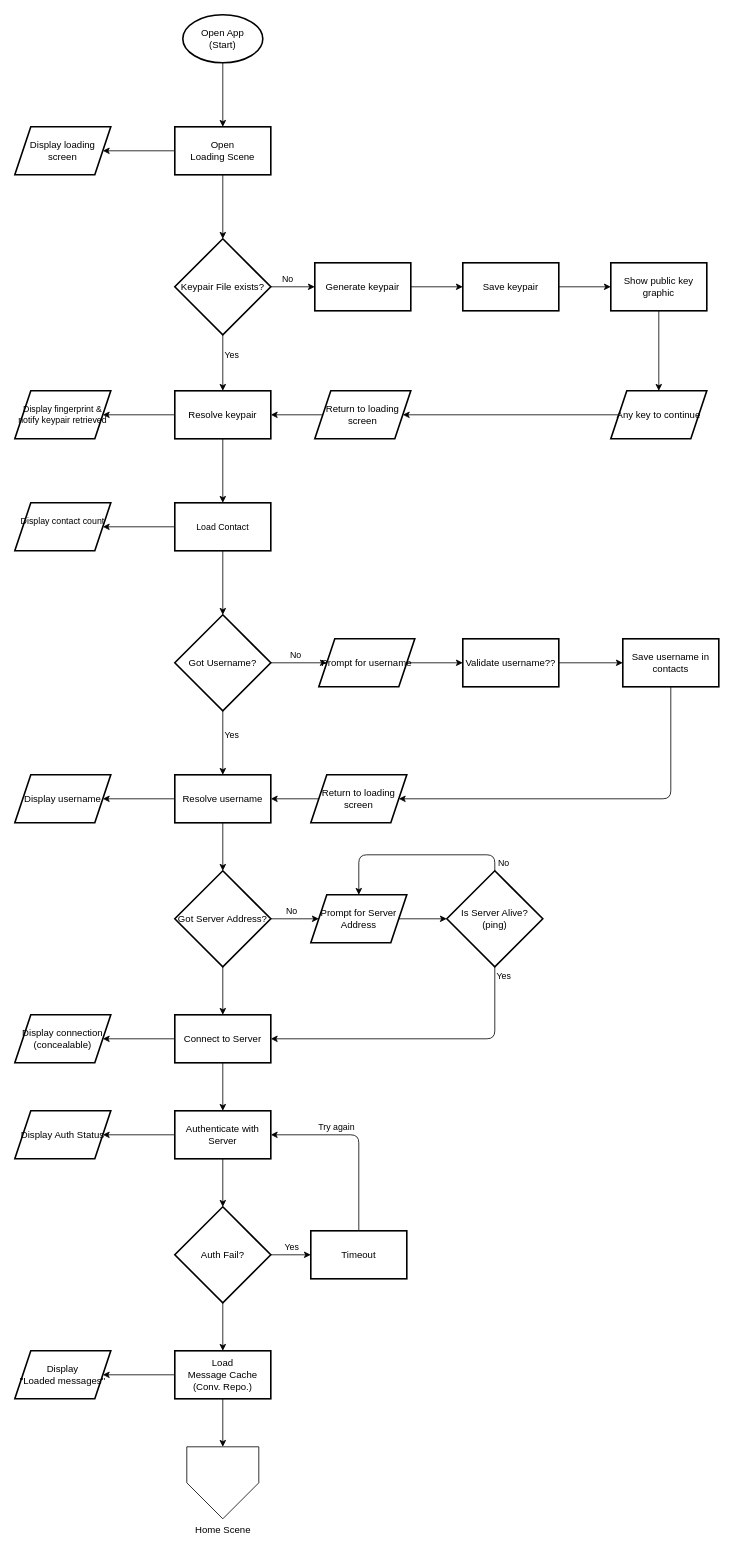
The draw.io diagram docs/assets/mvp_tui_loading_flowchart.drawio in Caleb-Pace/ShadowWire, before the edit. Source tidied: cells renumbered, new cells numbered last; positions are measured from the earlier drawing's top-left corner, leaving out a move shared by most shapes. Both pictures are drawn from the tidied source at 80%, with x=0, y=0 at pixel (14, 14).
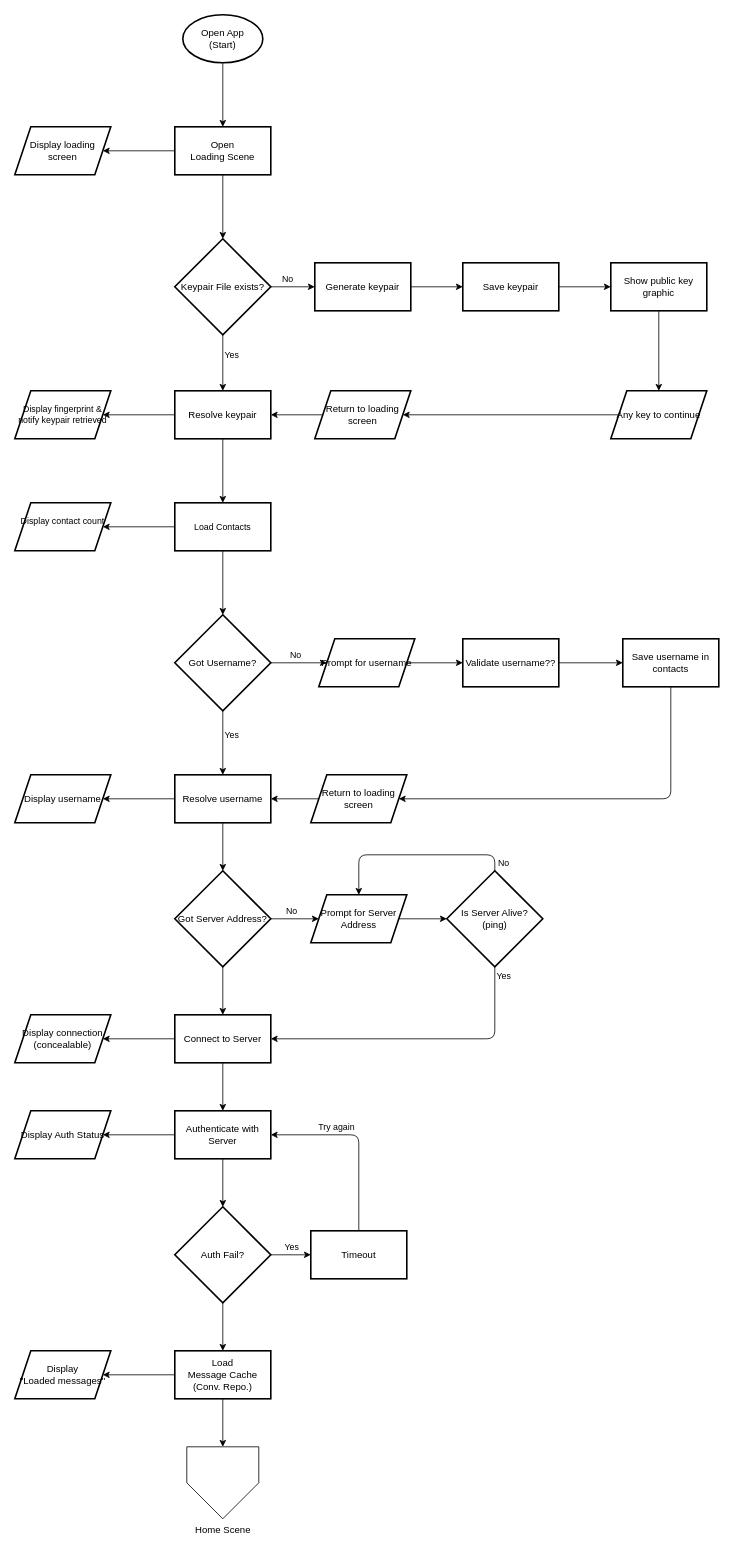
The same page after the edit.

Commit message:
docs(assets/mvp_tui_loading_flowchart): fix typo

Change to the diagram source:
```diff
@@
-    <mxCell id="21" value="Load Contact" style="whiteSpace=wrap;html=1;fontSize=11;strokeWidth=2;labelBackgroundColor=none;" parent="1" vertex="1">
+    <mxCell id="21" value="Load Contacts" style="whiteSpace=wrap;html=1;fontSize=11;strokeWidth=2;labelBackgroundColor=none;" parent="1" vertex="1">
       <mxGeometry x="200" y="610" width="120" height="60" as="geometry" />
     </mxCell>
```
